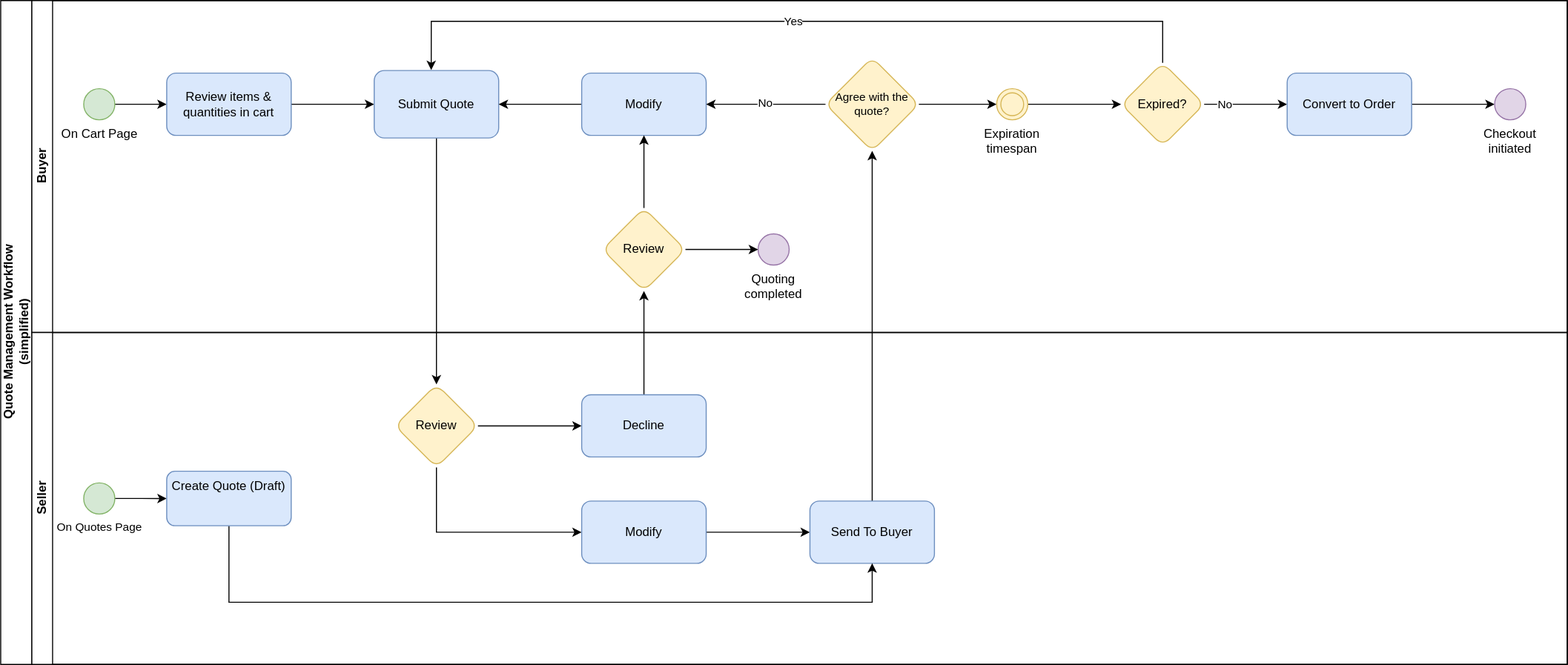
AdobeDocs/commerce-webapi keeps this draw.io diagram as src/pages/_images/quote-workflow.svg. Above is the earlier version. Source tidied: cells renumbered, new cells last; positions are measured from the earlier drawing's top-left corner, leaving out a move shared by most shapes.
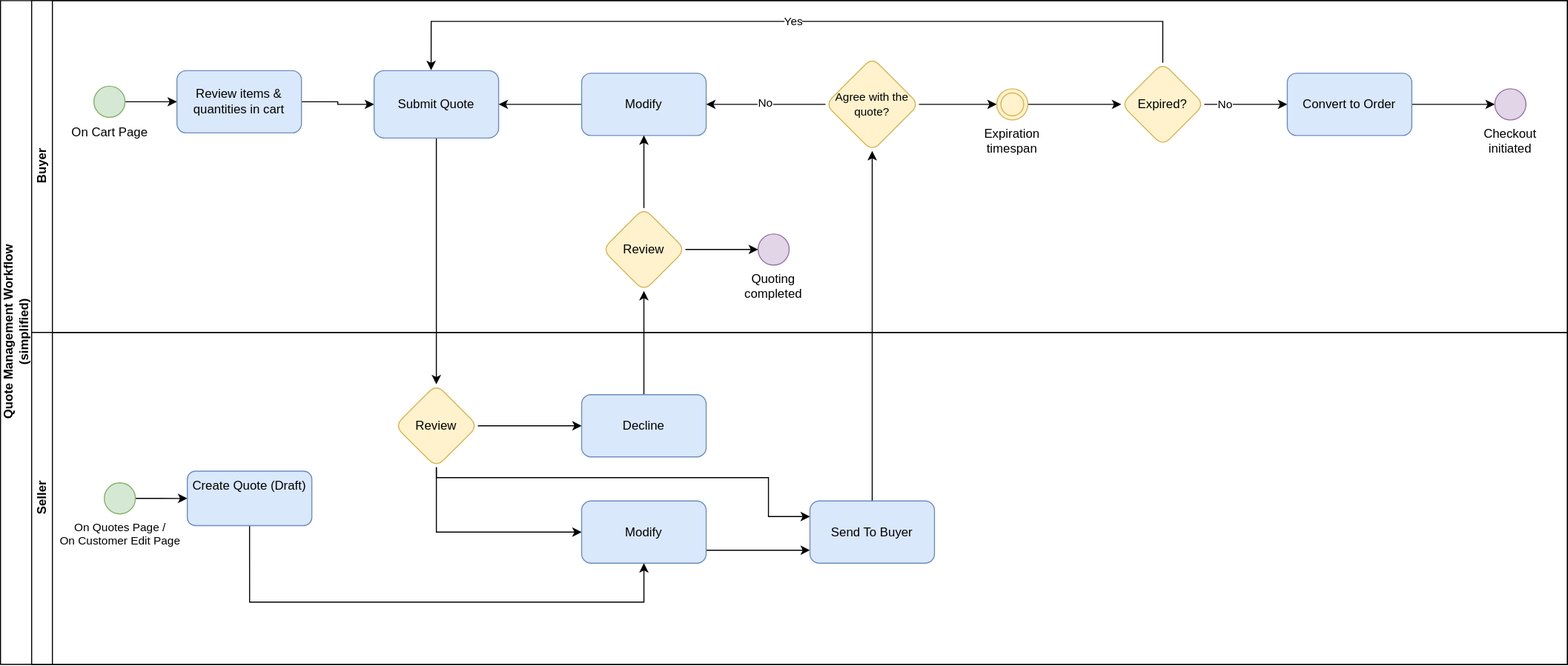
After the change.

Commit message:
B2B-2557: Add documentation for the API introduced in the Sales Rep Initiates Quote - update after CR

Change to the diagram source:
```diff
@@ -21,13 +21,13 @@
       <mxGeometry relative="1" as="geometry" />
     </mxCell>
     <mxCell id="8" value="On Cart Page" style="ellipse;html=1;fillColor=#d5e8d4;strokeColor=#82b366;verticalAlign=top;horizontal=1;labelPosition=center;verticalLabelPosition=bottom;align=center;" parent="6" vertex="1">
-      <mxGeometry x="50" y="85" width="30" height="30" as="geometry" />
+      <mxGeometry x="60" y="82.5" width="30" height="30" as="geometry" />
     </mxCell>
     <mxCell id="9" style="edgeStyle=orthogonalEdgeStyle;rounded=0;jettySize=auto;html=1;" parent="6" edge="1" source="10" target="11">
       <mxGeometry relative="1" as="geometry" />
     </mxCell>
     <mxCell id="10" value="Review items &amp;amp; quantities in cart" style="rounded=1;whiteSpace=wrap;html=1;verticalAlign=middle;fillColor=#dae8fc;strokeColor=#6c8ebf;" parent="6" vertex="1">
-      <mxGeometry x="130" y="70" width="120" height="60" as="geometry" />
+      <mxGeometry x="140" y="67.5" width="120" height="60" as="geometry" />
     </mxCell>
     <mxCell id="11" value="Submit Quote" style="whiteSpace=wrap;html=1;fillColor=#dae8fc;strokeColor=#6c8ebf;rounded=1;" parent="6" vertex="1">
       <mxGeometry x="330" y="67.5" width="120" height="65" as="geometry" />
@@ -100,6 +100,15 @@
     <mxCell id="32" style="edgeStyle=orthogonalEdgeStyle;rounded=0;jettySize=auto;html=1;exitX=0.5;exitY=1;exitDx=0;exitDy=0;entryX=0;entryY=0.5;entryDx=0;entryDy=0;" parent="30" edge="1" source="33" target="36">
       <mxGeometry relative="1" as="geometry" />
     </mxCell>
+    <mxCell id="42" style="edgeStyle=orthogonalEdgeStyle;rounded=0;jettySize=auto;html=1;exitX=0.5;exitY=1;exitDx=0;exitDy=0;entryX=0;entryY=0.25;entryDx=0;entryDy=0;" parent="30" edge="1" source="33" target="37">
+      <mxGeometry relative="1" as="geometry">
+        <Array as="points">
+          <mxPoint x="390" y="140" />
+          <mxPoint x="710" y="140" />
+          <mxPoint x="710" y="178" />
+        </Array>
+      </mxGeometry>
+    </mxCell>
     <mxCell id="33" value="Review" style="rhombus;whiteSpace=wrap;html=1;fillColor=#fff2cc;strokeColor=#d6b656;rounded=1;" parent="30" vertex="1">
       <mxGeometry x="350" y="50" width="80" height="80" as="geometry" />
     </mxCell>
@@ -107,7 +116,12 @@
       <mxGeometry x="530" y="60" width="120" height="60" as="geometry" />
     </mxCell>
     <mxCell id="35" style="edgeStyle=orthogonalEdgeStyle;rounded=0;jettySize=auto;html=1;" parent="30" edge="1" source="36" target="37">
-      <mxGeometry relative="1" as="geometry" />
+      <mxGeometry relative="1" as="geometry">
+        <Array as="points">
+          <mxPoint x="670" y="210" />
+          <mxPoint x="670" y="210" />
+        </Array>
+      </mxGeometry>
     </mxCell>
     <mxCell id="36" value="Modify" style="whiteSpace=wrap;html=1;fillColor=#dae8fc;strokeColor=#6c8ebf;rounded=1;" parent="30" vertex="1">
       <mxGeometry x="530" y="162.5" width="120" height="60" as="geometry" />
@@ -118,19 +132,19 @@
     <mxCell id="38" style="edgeStyle=orthogonalEdgeStyle;rounded=0;jettySize=auto;html=1;" parent="30" edge="1" source="39" target="41">
       <mxGeometry relative="1" as="geometry" />
     </mxCell>
-    <mxCell id="39" value="On Quotes Page" style="ellipse;html=1;fillColor=#d5e8d4;strokeColor=#82b366;verticalAlign=top;horizontal=1;labelPosition=center;verticalLabelPosition=bottom;align=center;fontSize=11;" parent="30" vertex="1">
-      <mxGeometry x="50" y="145" width="30" height="30" as="geometry" />
+    <mxCell id="39" value="On Quotes Page /&lt;br&gt;On Customer Edit Page" style="ellipse;html=1;fillColor=#d5e8d4;strokeColor=#82b366;verticalAlign=top;horizontal=1;labelPosition=center;verticalLabelPosition=bottom;align=center;fontSize=11;" parent="30" vertex="1">
+      <mxGeometry x="70" y="145" width="30" height="30" as="geometry" />
     </mxCell>
-    <mxCell id="40" style="edgeStyle=orthogonalEdgeStyle;rounded=0;jettySize=auto;html=1;exitX=0.5;exitY=1;exitDx=0;exitDy=0;entryX=0.5;entryY=1;entryDx=0;entryDy=0;" parent="30" edge="1" source="41" target="37">
+    <mxCell id="40" style="edgeStyle=orthogonalEdgeStyle;rounded=0;jettySize=auto;html=1;exitX=0.5;exitY=1;exitDx=0;exitDy=0;entryX=0.5;entryY=1;entryDx=0;entryDy=0;" parent="30" edge="1" source="41" target="36">
       <mxGeometry relative="1" as="geometry">
         <Array as="points">
-          <mxPoint x="190" y="260" />
-          <mxPoint x="810" y="260" />
+          <mxPoint x="210" y="260" />
+          <mxPoint x="590" y="260" />
         </Array>
       </mxGeometry>
     </mxCell>
     <mxCell id="41" value="Create Quote (Draft)" style="rounded=1;whiteSpace=wrap;html=1;verticalAlign=top;fillColor=#dae8fc;strokeColor=#6c8ebf;" parent="30" vertex="1">
-      <mxGeometry x="130" y="133.8" width="120" height="52.5" as="geometry" />
+      <mxGeometry x="150" y="133.8" width="120" height="52.5" as="geometry" />
     </mxCell>
   </root>
 </mxGraphModel>
```
